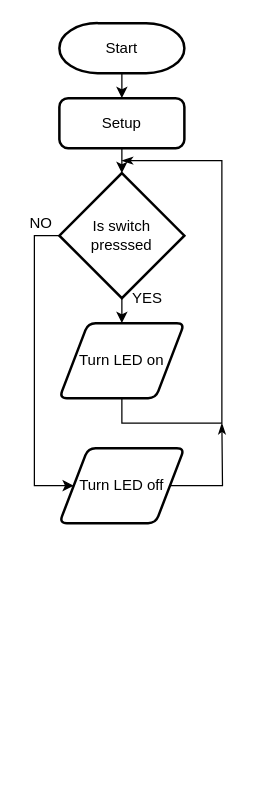
Earlier version of the draw.io diagram micro.drawio (MiloRC0037857/FlowCharts). Source tidied: cells renumbered, new cells numbered last; positions are measured from the earlier drawing's top-left corner, leaving out a move shared by most shapes. Both pictures are drawn from the tidied source at 125%, with x=0, y=0 at pixel (21, 22).
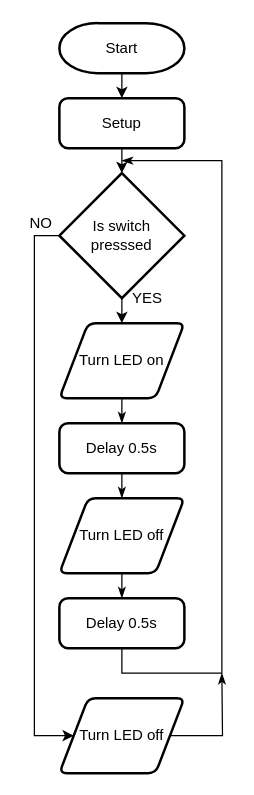
The same diagram, later.

The change refers to these unchanged cells:
```xml
<mxCell id="8" value="Is switch presssed" style="strokeWidth=2;html=1;shape=mxgraph.flowchart.decision;whiteSpace=wrap;" parent="1" vertex="1">
  <mxGeometry x="30" y="120" width="100" height="100" as="geometry" />
</mxCell>
<mxCell id="10" value="Turn LED on" style="shape=parallelogram;html=1;strokeWidth=2;perimeter=parallelogramPerimeter;whiteSpace=wrap;rounded=1;arcSize=12;size=0.23;" parent="1" vertex="1">
  <mxGeometry x="30" y="240" width="100" height="60" as="geometry" />
</mxCell>
```

The edit, as a diff of the source:
```diff
@@
     <mxCell id="7" style="edgeStyle=orthogonalEdgeStyle;rounded=0;jettySize=auto;html=1;exitX=0;exitY=0.5;exitDx=0;exitDy=0;exitPerimeter=0;entryX=0;entryY=0.5;entryDx=0;entryDy=0;endArrow=classic;endFill=1;" parent="1" edge="1" source="8" target="12">
       <mxGeometry relative="1" as="geometry">
         <Array as="points">
           <mxPoint x="10" y="170" />
-          <mxPoint x="10" y="370" />
+          <mxPoint x="10" y="570" />
         </Array>
       </mxGeometry>
     </mxCell>
@@
-    <mxCell id="9" style="edgeStyle=orthogonalEdgeStyle;rounded=0;jettySize=auto;html=1;exitX=0.5;exitY=1;exitDx=0;exitDy=0;endArrow=classicThin;endFill=1;" parent="1" edge="1" source="10">
-      <mxGeometry relative="1" as="geometry">
-        <mxPoint x="80" y="110" as="targetPoint" />
-        <Array as="points">
-          <mxPoint x="80" y="320" />
-          <mxPoint x="160" y="320" />
-          <mxPoint x="160" y="110" />
-        </Array>
-      </mxGeometry>
-    </mxCell>
+    <mxCell id="15" style="edgeStyle=orthogonalEdgeStyle;rounded=0;jettySize=auto;html=1;exitX=0.5;exitY=1;exitDx=0;exitDy=0;entryX=0.5;entryY=0;entryDx=0;entryDy=0;endArrow=classicThin;endFill=1;" parent="1" edge="1" source="10" target="17">
+      <mxGeometry relative="1" as="geometry" />
+    </mxCell>
@@
     <mxCell id="11" style="edgeStyle=orthogonalEdgeStyle;rounded=0;jettySize=auto;html=1;exitX=1;exitY=0.5;exitDx=0;exitDy=0;endArrow=classicThin;endFill=1;" parent="1" edge="1" source="12">
       <mxGeometry relative="1" as="geometry">
-        <mxPoint x="160" y="320" as="targetPoint" />
+        <mxPoint x="160" y="520" as="targetPoint" />
       </mxGeometry>
     </mxCell>
     <mxCell id="12" value="Turn LED off" style="shape=parallelogram;html=1;strokeWidth=2;perimeter=parallelogramPerimeter;whiteSpace=wrap;rounded=1;arcSize=12;size=0.23;" parent="1" vertex="1">
-      <mxGeometry x="30" y="340" width="100" height="60" as="geometry" />
+      <mxGeometry x="30" y="540" width="100" height="60" as="geometry" />
     </mxCell>
@@
+    <mxCell id="16" style="edgeStyle=orthogonalEdgeStyle;rounded=0;jettySize=auto;html=1;exitX=0.5;exitY=1;exitDx=0;exitDy=0;entryX=0.5;entryY=0;entryDx=0;entryDy=0;endArrow=classicThin;endFill=1;" parent="1" edge="1" source="17" target="19">
+      <mxGeometry relative="1" as="geometry" />
+    </mxCell>
+    <mxCell id="17" value="Delay 0.5s" style="rounded=1;whiteSpace=wrap;html=1;absoluteArcSize=1;arcSize=14;strokeWidth=2;" parent="1" vertex="1">
+      <mxGeometry x="30" y="320" width="100" height="40" as="geometry" />
+    </mxCell>
+    <mxCell id="18" style="edgeStyle=orthogonalEdgeStyle;rounded=0;jettySize=auto;html=1;exitX=0.5;exitY=1;exitDx=0;exitDy=0;entryX=0.5;entryY=0;entryDx=0;entryDy=0;endArrow=classicThin;endFill=1;" parent="1" edge="1" source="19" target="21">
+      <mxGeometry relative="1" as="geometry" />
+    </mxCell>
+    <mxCell id="19" value="Turn LED off" style="shape=parallelogram;html=1;strokeWidth=2;perimeter=parallelogramPerimeter;whiteSpace=wrap;rounded=1;arcSize=12;size=0.23;" parent="1" vertex="1">
+      <mxGeometry x="30" y="380" width="100" height="60" as="geometry" />
+    </mxCell>
+    <mxCell id="20" style="edgeStyle=orthogonalEdgeStyle;rounded=0;jettySize=auto;html=1;exitX=0.5;exitY=1;exitDx=0;exitDy=0;endArrow=classicThin;endFill=1;" parent="1" edge="1" source="21">
+      <mxGeometry relative="1" as="geometry">
+        <mxPoint x="80" y="110" as="targetPoint" />
+        <Array as="points">
+          <mxPoint x="80" y="520" />
+          <mxPoint x="160" y="520" />
+          <mxPoint x="160" y="110" />
+        </Array>
+      </mxGeometry>
+    </mxCell>
+    <mxCell id="21" value="Delay 0.5s" style="rounded=1;whiteSpace=wrap;html=1;absoluteArcSize=1;arcSize=14;strokeWidth=2;" parent="1" vertex="1">
+      <mxGeometry x="30" y="460" width="100" height="40" as="geometry" />
+    </mxCell>
```
